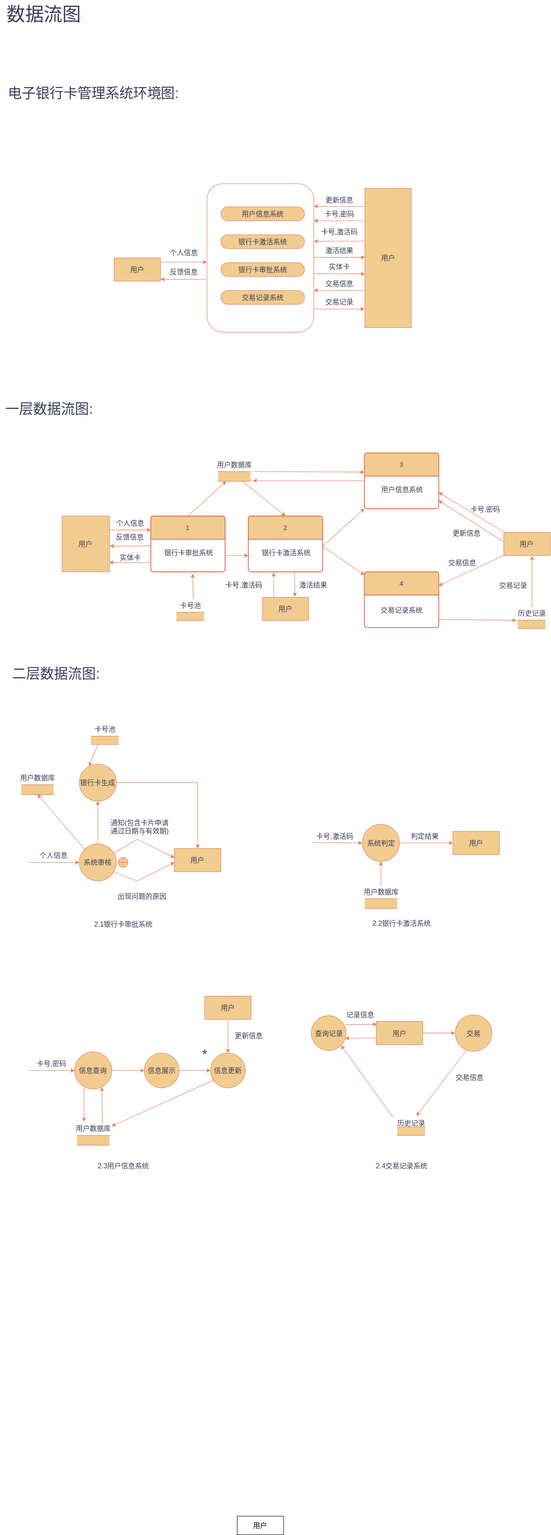
Earlier version of the draw.io export 未命名绘图.drawio.svg (baigeiHUI/Co-de-Storage). Source tidied: cells renumbered, new cells last; positions are measured from the earlier drawing's top-left corner, leaving out a move shared by most shapes.
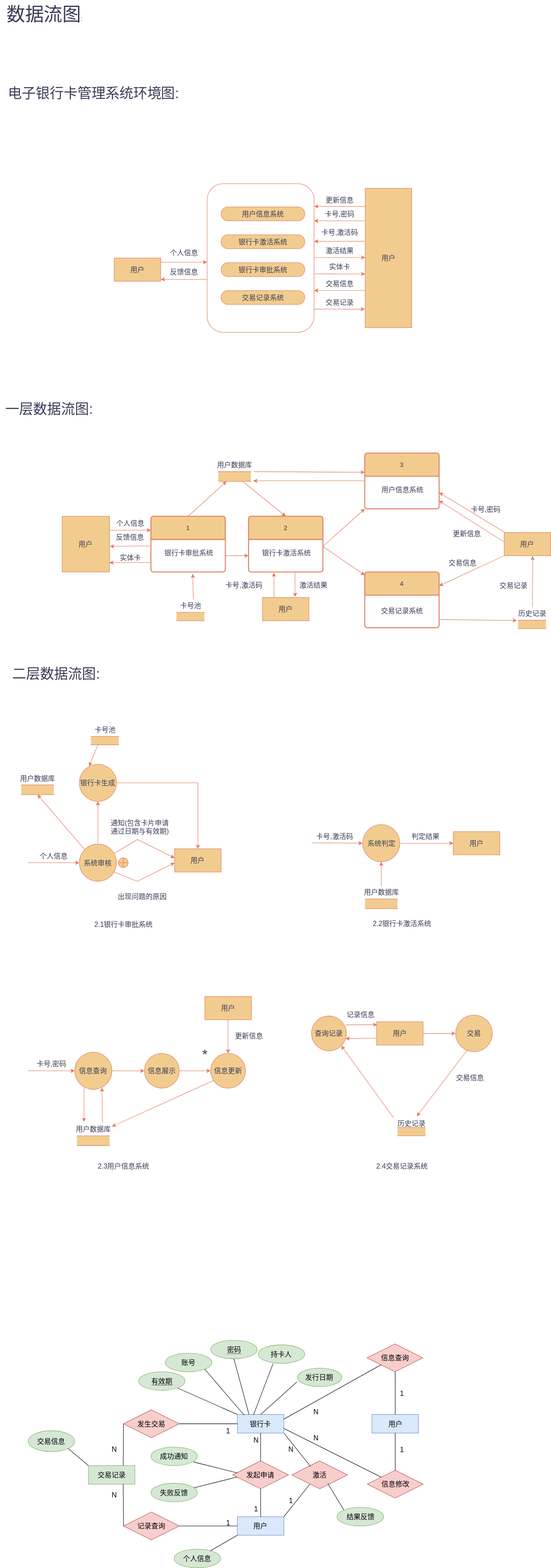
After the commit.

What changed in the source:
```diff
@@ -486,8 +486,169 @@
     <mxCell id="133" value="&lt;font style=&quot;font-size: 40px;&quot;&gt;数据流图&lt;/font&gt;:" style="text;html=1;align=center;verticalAlign=middle;strokeColor=none;fillColor=none;labelBackgroundColor=none;fontColor=#393C56;" parent="1" vertex="1">
       <mxGeometry x="-0.5" width="190" height="60" as="geometry" />
     </mxCell>
-    <mxCell id="134" value="&lt;font style=&quot;font-size: 15px;&quot;&gt;用户&lt;/font&gt;" style="whiteSpace=wrap;html=1;align=center;" parent="1" vertex="1">
+    <mxCell id="134" value="&lt;font style=&quot;font-size: 15px;&quot;&gt;用户&lt;/font&gt;" style="whiteSpace=wrap;html=1;align=center;fillColor=#dae8fc;strokeColor=#6c8ebf;" parent="1" vertex="1">
       <mxGeometry x="510" y="3265" width="100" height="40" as="geometry" />
     </mxCell>
+    <mxCell id="135" value="&lt;font style=&quot;font-size: 15px;&quot;&gt;发起申请&lt;/font&gt;" style="shape=rhombus;perimeter=rhombusPerimeter;whiteSpace=wrap;html=1;align=center;fillColor=#f8cecc;strokeColor=#b85450;" parent="1" vertex="1">
+      <mxGeometry x="500" y="3145" width="120" height="60" as="geometry" />
+    </mxCell>
+    <mxCell id="136" value="&lt;font style=&quot;font-size: 15px;&quot;&gt;银行卡&lt;/font&gt;" style="whiteSpace=wrap;html=1;align=center;fillColor=#dae8fc;strokeColor=#6c8ebf;" parent="1" vertex="1">
+      <mxGeometry x="510" y="3045" width="100" height="40" as="geometry" />
+    </mxCell>
+    <mxCell id="137" value="&lt;font style=&quot;font-size: 15px;&quot;&gt;个人信息&lt;/font&gt;" style="ellipse;whiteSpace=wrap;html=1;align=center;fillColor=#d5e8d4;strokeColor=#82b366;" parent="1" vertex="1">
+      <mxGeometry x="374" y="3335" width="100" height="40" as="geometry" />
+    </mxCell>
+    <mxCell id="138" style="endArrow=none;html=1;rounded=0;entryX=0;entryY=0.5;entryDx=0;entryDy=0;" parent="1" edge="1" source="137">
+      <mxGeometry relative="1" as="geometry">
+        <mxPoint x="510" y="3305" as="targetPoint" />
+      </mxGeometry>
+    </mxCell>
+    <mxCell id="139" style="endArrow=none;html=1;rounded=0;exitX=0.5;exitY=1;exitDx=0;exitDy=0;" parent="1" edge="1" source="135" target="134">
+      <mxGeometry relative="1" as="geometry" />
+    </mxCell>
+    <mxCell id="140" style="endArrow=none;html=1;rounded=0;exitX=0.5;exitY=1;exitDx=0;exitDy=0;entryX=0.5;entryY=0;entryDx=0;entryDy=0;" parent="1" edge="1" source="136" target="135">
+      <mxGeometry relative="1" as="geometry" />
+    </mxCell>
+    <mxCell id="141" value="&lt;font style=&quot;font-size: 15px;&quot;&gt;N&lt;/font&gt;" style="text;html=1;align=center;verticalAlign=middle;strokeColor=none;fillColor=none;" parent="1" vertex="1">
+      <mxGeometry x="535" y="3085" width="30" height="30" as="geometry" />
+    </mxCell>
+    <mxCell id="142" value="&lt;font style=&quot;font-size: 15px;&quot;&gt;1&lt;/font&gt;" style="text;html=1;align=center;verticalAlign=middle;strokeColor=none;fillColor=none;" parent="1" vertex="1">
+      <mxGeometry x="535" y="3233" width="30" height="30" as="geometry" />
+    </mxCell>
+    <mxCell id="143" value="&lt;font style=&quot;font-size: 15px;&quot;&gt;成功通知&lt;/font&gt;" style="ellipse;whiteSpace=wrap;html=1;align=center;fillColor=#d5e8d4;strokeColor=#82b366;" parent="1" vertex="1">
+      <mxGeometry x="324" y="3115" width="100" height="40" as="geometry" />
+    </mxCell>
+    <mxCell id="144" style="endArrow=none;html=1;rounded=0;exitX=0.921;exitY=0.807;exitDx=0;exitDy=0;exitPerimeter=0;entryX=0.082;entryY=0.429;entryDx=0;entryDy=0;entryPerimeter=0;" parent="1" edge="1" source="143" target="135">
+      <mxGeometry relative="1" as="geometry" />
+    </mxCell>
+    <mxCell id="145" value="&lt;font style=&quot;font-size: 15px;&quot;&gt;失败反馈&lt;/font&gt;" style="ellipse;whiteSpace=wrap;html=1;align=center;fillColor=#d5e8d4;strokeColor=#82b366;" parent="1" vertex="1">
+      <mxGeometry x="324" y="3193" width="100" height="40" as="geometry" />
+    </mxCell>
+    <mxCell id="146" style="endArrow=none;html=1;rounded=0;entryX=0.072;entryY=0.579;entryDx=0;entryDy=0;entryPerimeter=0;" parent="1" edge="1" source="145" target="135">
+      <mxGeometry relative="1" as="geometry" />
+    </mxCell>
+    <mxCell id="147" value="&lt;font style=&quot;font-size: 15px;&quot;&gt;账号&lt;/font&gt;" style="ellipse;whiteSpace=wrap;html=1;align=center;fillColor=#d5e8d4;strokeColor=#82b366;" parent="1" vertex="1">
+      <mxGeometry x="355" y="2913" width="100" height="40" as="geometry" />
+    </mxCell>
+    <mxCell id="148" value="&lt;span style=&quot;border-bottom: 1px dotted&quot;&gt;&lt;font style=&quot;font-size: 15px;&quot;&gt;密码&lt;/font&gt;&lt;/span&gt;" style="ellipse;whiteSpace=wrap;html=1;align=center;fillColor=#d5e8d4;strokeColor=#82b366;" parent="1" vertex="1">
+      <mxGeometry x="452.5" y="2885" width="100" height="40" as="geometry" />
+    </mxCell>
+    <mxCell id="149" value="&lt;font style=&quot;font-size: 15px;&quot;&gt;持卡人&lt;/font&gt;" style="ellipse;whiteSpace=wrap;html=1;align=center;fillColor=#d5e8d4;strokeColor=#82b366;" parent="1" vertex="1">
+      <mxGeometry x="555" y="2895" width="100" height="40" as="geometry" />
+    </mxCell>
+    <mxCell id="150" value="&lt;span style=&quot;border-bottom: 1px dotted&quot;&gt;&lt;font style=&quot;font-size: 15px;&quot;&gt;有效期&lt;/font&gt;&lt;/span&gt;" style="ellipse;whiteSpace=wrap;html=1;align=center;fillColor=#d5e8d4;strokeColor=#82b366;" parent="1" vertex="1">
+      <mxGeometry x="297.5" y="2953" width="100" height="40" as="geometry" />
+    </mxCell>
+    <mxCell id="151" style="endArrow=none;html=1;rounded=0;entryX=0;entryY=0;entryDx=0;entryDy=0;" parent="1" edge="1" source="150" target="136">
+      <mxGeometry relative="1" as="geometry" />
+    </mxCell>
+    <mxCell id="152" style="endArrow=none;html=1;rounded=0;exitX=0.5;exitY=1;exitDx=0;exitDy=0;entryX=0.25;entryY=0;entryDx=0;entryDy=0;" parent="1" edge="1" source="148" target="136">
+      <mxGeometry relative="1" as="geometry" />
+    </mxCell>
+    <mxCell id="153" style="endArrow=none;html=1;rounded=0;exitX=0.317;exitY=1.015;exitDx=0;exitDy=0;exitPerimeter=0;entryX=0.346;entryY=0.02;entryDx=0;entryDy=0;entryPerimeter=0;" parent="1" edge="1" source="149" target="136">
+      <mxGeometry relative="1" as="geometry" />
+    </mxCell>
+    <mxCell id="154" value="&lt;font style=&quot;font-size: 15px;&quot;&gt;激活&lt;/font&gt;" style="shape=rhombus;perimeter=rhombusPerimeter;whiteSpace=wrap;html=1;align=center;fillColor=#f8cecc;strokeColor=#b85450;" parent="1" vertex="1">
+      <mxGeometry x="627" y="3145" width="120" height="60" as="geometry" />
+    </mxCell>
+    <mxCell id="155" style="endArrow=none;html=1;rounded=0;exitX=1;exitY=1;exitDx=0;exitDy=0;entryX=0.338;entryY=0.2;entryDx=0;entryDy=0;entryPerimeter=0;" parent="1" edge="1" source="136" target="154">
+      <mxGeometry relative="1" as="geometry" />
+    </mxCell>
+    <mxCell id="156" value="&lt;font style=&quot;font-size: 15px;&quot;&gt;N&lt;/font&gt;" style="text;html=1;align=center;verticalAlign=middle;strokeColor=none;fillColor=none;" parent="1" vertex="1">
+      <mxGeometry x="610" y="3105" width="30" height="30" as="geometry" />
+    </mxCell>
+    <mxCell id="157" style="endArrow=none;html=1;rounded=0;entryX=0;entryY=0.5;entryDx=0;entryDy=0;exitX=1;exitY=0.5;exitDx=0;exitDy=0;" parent="1" edge="1" source="158" target="136">
+      <mxGeometry relative="1" as="geometry" />
+    </mxCell>
+    <mxCell id="158" value="&lt;font style=&quot;font-size: 15px;&quot;&gt;发生交易&lt;/font&gt;" style="shape=rhombus;perimeter=rhombusPerimeter;whiteSpace=wrap;html=1;align=center;fillColor=#f8cecc;strokeColor=#b85450;" parent="1" vertex="1">
+      <mxGeometry x="265" y="3035" width="120" height="60" as="geometry" />
+    </mxCell>
+    <mxCell id="159" value="&lt;font style=&quot;font-size: 15px;&quot;&gt;交易记录&lt;/font&gt;" style="whiteSpace=wrap;html=1;align=center;fillColor=#d5e8d4;strokeColor=#82b366;" parent="1" vertex="1">
+      <mxGeometry x="189.5" y="3155" width="100" height="40" as="geometry" />
+    </mxCell>
+    <mxCell id="160" style="endArrow=none;html=1;rounded=0;exitX=0.75;exitY=0;exitDx=0;exitDy=0;entryX=0;entryY=0.5;entryDx=0;entryDy=0;" parent="1" edge="1" source="159" target="158">
+      <mxGeometry relative="1" as="geometry" />
+    </mxCell>
+    <mxCell id="161" value="&lt;font style=&quot;font-size: 15px;&quot;&gt;1&lt;/font&gt;" style="text;html=1;align=center;verticalAlign=middle;strokeColor=none;fillColor=none;" parent="1" vertex="1">
+      <mxGeometry x="475" y="3065" width="30" height="30" as="geometry" />
+    </mxCell>
+    <mxCell id="162" value="&lt;font style=&quot;font-size: 15px;&quot;&gt;N&lt;/font&gt;" style="text;html=1;align=center;verticalAlign=middle;strokeColor=none;fillColor=none;" parent="1" vertex="1">
+      <mxGeometry x="230" y="3105" width="30" height="30" as="geometry" />
+    </mxCell>
+    <mxCell id="163" value="&lt;font style=&quot;font-size: 15px;&quot;&gt;记录查询&lt;/font&gt;" style="shape=rhombus;perimeter=rhombusPerimeter;whiteSpace=wrap;html=1;align=center;fillColor=#f8cecc;strokeColor=#b85450;" parent="1" vertex="1">
+      <mxGeometry x="265" y="3255" width="120" height="60" as="geometry" />
+    </mxCell>
+    <mxCell id="164" style="endArrow=none;html=1;rounded=0;exitX=1;exitY=0.5;exitDx=0;exitDy=0;entryX=0;entryY=0.5;entryDx=0;entryDy=0;" parent="1" edge="1" source="163" target="134">
+      <mxGeometry relative="1" as="geometry" />
+    </mxCell>
+    <mxCell id="165" style="endArrow=none;html=1;rounded=0;exitX=0.75;exitY=1;exitDx=0;exitDy=0;entryX=0;entryY=0.5;entryDx=0;entryDy=0;" parent="1" edge="1" source="159" target="163">
+      <mxGeometry relative="1" as="geometry" />
+    </mxCell>
+    <mxCell id="166" value="&lt;font style=&quot;font-size: 15px;&quot;&gt;1&lt;/font&gt;" style="text;html=1;align=center;verticalAlign=middle;strokeColor=none;fillColor=none;" parent="1" vertex="1">
+      <mxGeometry x="475" y="3263" width="30" height="30" as="geometry" />
+    </mxCell>
+    <mxCell id="167" value="&lt;font style=&quot;font-size: 15px;&quot;&gt;N&lt;/font&gt;" style="text;html=1;align=center;verticalAlign=middle;strokeColor=none;fillColor=none;" parent="1" vertex="1">
+      <mxGeometry x="230" y="3203" width="30" height="30" as="geometry" />
+    </mxCell>
+    <mxCell id="168" value="&lt;font style=&quot;font-size: 15px;&quot;&gt;交易信息&lt;/font&gt;" style="ellipse;whiteSpace=wrap;html=1;align=center;fillColor=#d5e8d4;strokeColor=#82b366;" parent="1" vertex="1">
+      <mxGeometry x="60" y="3080" width="100" height="45" as="geometry" />
+    </mxCell>
+    <mxCell id="169" style="endArrow=none;html=1;rounded=0;exitX=1;exitY=1;exitDx=0;exitDy=0;entryX=0;entryY=0;entryDx=0;entryDy=0;" parent="1" edge="1" source="168" target="159">
+      <mxGeometry relative="1" as="geometry" />
+    </mxCell>
+    <mxCell id="170" value="&lt;font style=&quot;font-size: 15px;&quot;&gt;发行日期&lt;/font&gt;" style="ellipse;whiteSpace=wrap;html=1;align=center;fillColor=#d5e8d4;strokeColor=#82b366;" parent="1" vertex="1">
+      <mxGeometry x="639.5" y="2945" width="95" height="40" as="geometry" />
+    </mxCell>
+    <mxCell id="171" style="endArrow=none;html=1;rounded=0;exitX=1;exitY=1;exitDx=0;exitDy=0;entryX=0.145;entryY=0.033;entryDx=0;entryDy=0;entryPerimeter=0;" parent="1" edge="1" source="147" target="136">
+      <mxGeometry relative="1" as="geometry" />
+    </mxCell>
+    <mxCell id="172" style="endArrow=none;html=1;rounded=0;exitX=0.5;exitY=0;exitDx=0;exitDy=0;entryX=-0.013;entryY=0.743;entryDx=0;entryDy=0;entryPerimeter=0;" parent="1" edge="1" source="136" target="170">
+      <mxGeometry relative="1" as="geometry" />
+    </mxCell>
+    <mxCell id="173" style="endArrow=none;html=1;rounded=0;exitX=1;exitY=0;exitDx=0;exitDy=0;entryX=0.324;entryY=0.833;entryDx=0;entryDy=0;entryPerimeter=0;" parent="1" edge="1" source="134" target="154">
+      <mxGeometry relative="1" as="geometry" />
+    </mxCell>
+    <mxCell id="174" value="&lt;font style=&quot;font-size: 15px;&quot;&gt;1&lt;/font&gt;" style="text;html=1;align=center;verticalAlign=middle;strokeColor=none;fillColor=none;" parent="1" vertex="1">
+      <mxGeometry x="610" y="3215" width="30" height="30" as="geometry" />
+    </mxCell>
+    <mxCell id="175" value="&lt;font style=&quot;font-size: 15px;&quot;&gt;信息查询&lt;/font&gt;" style="shape=rhombus;perimeter=rhombusPerimeter;whiteSpace=wrap;html=1;align=center;fillColor=#f8cecc;strokeColor=#b85450;" parent="1" vertex="1">
+      <mxGeometry x="789" y="2893" width="120" height="60" as="geometry" />
+    </mxCell>
+    <mxCell id="176" value="&lt;font style=&quot;font-size: 15px;&quot;&gt;信息修改&lt;/font&gt;" style="shape=rhombus;perimeter=rhombusPerimeter;whiteSpace=wrap;html=1;align=center;fillColor=#f8cecc;strokeColor=#b85450;" parent="1" vertex="1">
+      <mxGeometry x="789.5" y="3165" width="120" height="60" as="geometry" />
+    </mxCell>
+    <mxCell id="177" value="&lt;font style=&quot;font-size: 15px;&quot;&gt;结果反馈&lt;/font&gt;" style="ellipse;whiteSpace=wrap;html=1;align=center;fillColor=#d5e8d4;strokeColor=#82b366;" parent="1" vertex="1">
+      <mxGeometry x="724.5" y="3245" width="100" height="40" as="geometry" />
+    </mxCell>
+    <mxCell id="178" style="endArrow=none;html=1;rounded=0;exitX=0.648;exitY=0.813;exitDx=0;exitDy=0;exitPerimeter=0;entryX=0;entryY=0;entryDx=0;entryDy=0;" parent="1" edge="1" source="154" target="177">
+      <mxGeometry relative="1" as="geometry" />
+    </mxCell>
+    <mxCell id="179" value="&lt;font style=&quot;font-size: 15px;&quot;&gt;用户&lt;/font&gt;" style="whiteSpace=wrap;html=1;align=center;fillColor=#dae8fc;strokeColor=#6c8ebf;" parent="1" vertex="1">
+      <mxGeometry x="799.5" y="3045" width="100" height="40" as="geometry" />
+    </mxCell>
+    <mxCell id="180" value="&lt;font style=&quot;font-size: 15px;&quot;&gt;1&lt;/font&gt;" style="text;html=1;align=center;verticalAlign=middle;strokeColor=none;fillColor=none;" parent="1" vertex="1">
+      <mxGeometry x="849" y="2985" width="30" height="30" as="geometry" />
+    </mxCell>
+    <mxCell id="181" value="&lt;font style=&quot;font-size: 15px;&quot;&gt;1&lt;/font&gt;" style="text;html=1;align=center;verticalAlign=middle;strokeColor=none;fillColor=none;" parent="1" vertex="1">
+      <mxGeometry x="849" y="3106" width="30" height="30" as="geometry" />
+    </mxCell>
+    <mxCell id="182" style="endArrow=none;html=1;rounded=0;entryX=0.5;entryY=0;entryDx=0;entryDy=0;exitX=0.504;exitY=1;exitDx=0;exitDy=0;exitPerimeter=0;" parent="1" edge="1" source="175" target="179">
+      <mxGeometry relative="1" as="geometry" />
+    </mxCell>
+    <mxCell id="183" value="&lt;font style=&quot;font-size: 15px;&quot;&gt;N&lt;/font&gt;" style="text;html=1;align=center;verticalAlign=middle;strokeColor=none;fillColor=none;" parent="1" vertex="1">
+      <mxGeometry x="664" y="3024" width="30" height="30" as="geometry" />
+    </mxCell>
+    <mxCell id="184" value="&lt;font style=&quot;font-size: 15px;&quot;&gt;N&lt;/font&gt;" style="text;html=1;align=center;verticalAlign=middle;strokeColor=none;fillColor=none;" parent="1" vertex="1">
+      <mxGeometry x="664" y="3080" width="30" height="30" as="geometry" />
+    </mxCell>
+    <mxCell id="185" style="endArrow=none;html=1;rounded=0;exitX=0.5;exitY=1;exitDx=0;exitDy=0;entryX=0.5;entryY=0;entryDx=0;entryDy=0;" parent="1" edge="1" source="179" target="176">
+      <mxGeometry relative="1" as="geometry" />
+    </mxCell>
+    <mxCell id="186" style="endArrow=none;html=1;rounded=0;exitX=1;exitY=0.25;exitDx=0;exitDy=0;entryX=0;entryY=1;entryDx=0;entryDy=0;" parent="1" edge="1" source="136" target="175">
+      <mxGeometry relative="1" as="geometry" />
+    </mxCell>
+    <mxCell id="187" style="endArrow=none;html=1;rounded=0;exitX=1;exitY=0.75;exitDx=0;exitDy=0;entryX=0;entryY=0;entryDx=0;entryDy=0;" parent="1" edge="1" source="136" target="176">
+      <mxGeometry relative="1" as="geometry" />
+    </mxCell>
   </root>
 </mxGraphModel>
```
